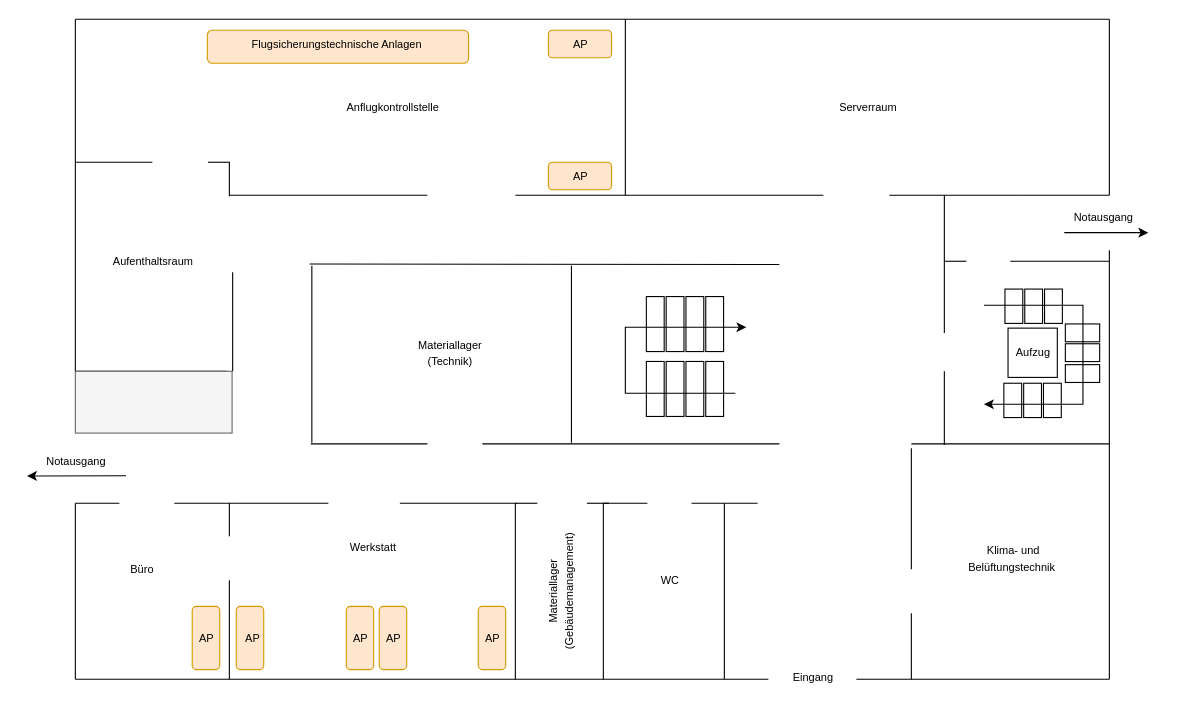
This is Gebäudeplan_EG.drawio from meetSeb/Computer-Network, a draw.io file, before an edit. Source tidied: cells renumbered, new cells numbered last; positions are measured from the earlier drawing's top-left corner, leaving out a move shared by most shapes. Both pictures are drawn from the tidied source at 110%, with x=0, y=0 at pixel (26, 19).
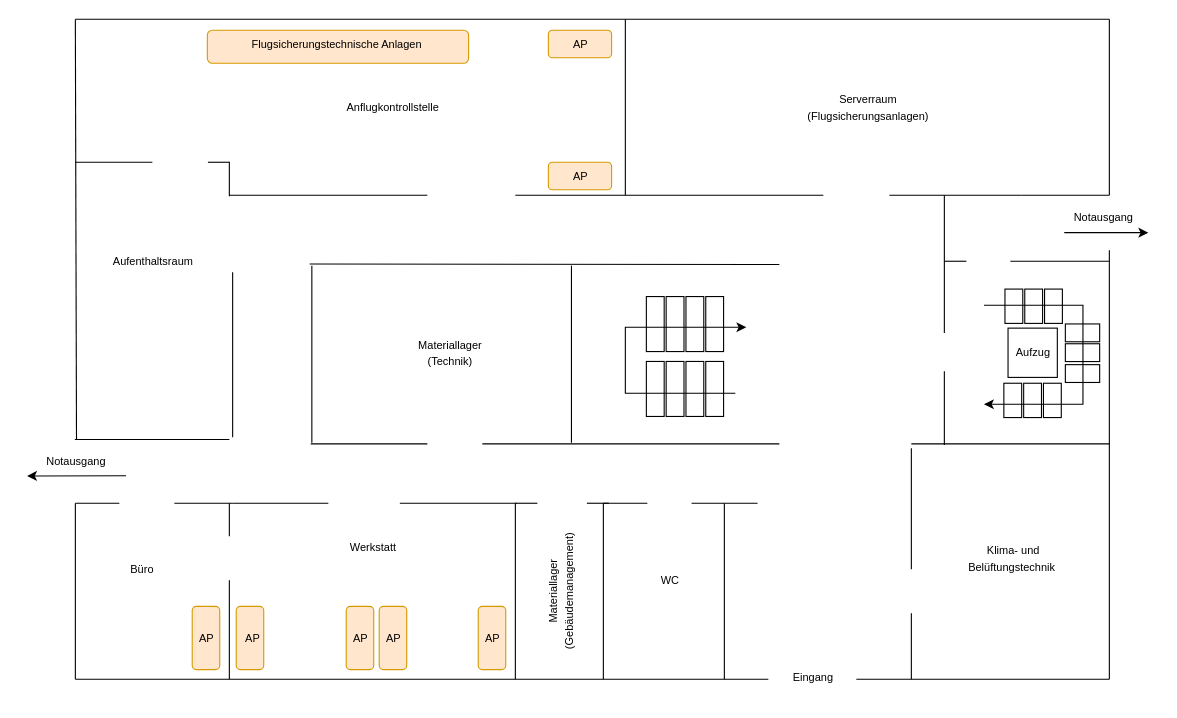
After the change.

The change refers to these unchanged cells:
```xml
<mxCell id="86" value="&lt;font style=&quot;font-size: 10px;&quot;&gt;Notausgang&lt;/font&gt;" style="text;html=1;align=center;verticalAlign=middle;whiteSpace=wrap;rounded=0;" parent="1" vertex="1">
  <mxGeometry x="4" y="382" width="82.1" height="40" as="geometry" />
</mxCell>
```

What changed in the source:
```diff
@@
-    <mxCell id="5" style="endArrow=none;html=1;rounded=0;strokeColor=#000000;entryX=1;entryY=1;entryDx=0;entryDy=0;" parent="1" edge="1" target="26">
+    <mxCell id="5" style="endArrow=none;html=1;rounded=0;strokeColor=#000000;entryX=0.5;entryY=0;entryDx=0;entryDy=0;" parent="1" edge="1" target="86">
       <mxGeometry relative="1" as="geometry">
         <mxPoint x="44" as="sourcePoint" />
       </mxGeometry>
     </mxCell>
@@
     <mxCell id="14" style="endArrow=none;html=1;rounded=0;strokeColor=#000000;" parent="1" edge="1">
       <mxGeometry relative="1" as="geometry">
         <mxPoint x="187" y="230" as="sourcePoint" />
-        <mxPoint x="187" y="320" as="targetPoint" />
+        <mxPoint x="187" y="380" as="targetPoint" />
       </mxGeometry>
     </mxCell>
@@
     <mxCell id="25" style="endArrow=none;html=1;rounded=0;strokeColor=#000000;" parent="1" edge="1">
       <mxGeometry relative="1" as="geometry">
-        <mxPoint x="44" y="320" as="sourcePoint" />
-        <mxPoint x="181.5" y="320" as="targetPoint" />
+        <mxPoint x="43.5" y="382" as="sourcePoint" />
+        <mxPoint x="184" y="382" as="targetPoint" />
       </mxGeometry>
     </mxCell>
-    <mxCell id="26" style="rounded=0;whiteSpace=wrap;html=1;rotation=-180;strokeColor=#666666;fillColor=#f5f5f5;fontColor=#333333;" parent="1" vertex="1">
-      <mxGeometry x="44" y="320" width="142.5" height="56.2" as="geometry" />
-    </mxCell>
@@
-    <mxCell id="80" value="&lt;font style=&quot;font-size: 10px;&quot;&gt;Serverraum&lt;/font&gt;" style="text;html=1;align=center;verticalAlign=middle;whiteSpace=wrap;rounded=0;" parent="1" vertex="1">
+    <mxCell id="80" value="&lt;font style=&quot;font-size: 10px;&quot;&gt;Serverraum (Flugsicherungsanlagen)&lt;/font&gt;" style="text;html=1;align=center;verticalAlign=middle;whiteSpace=wrap;rounded=0;" parent="1" vertex="1">
       <mxGeometry x="724" y="60" width="82.1" height="40" as="geometry" />
     </mxCell>
```
